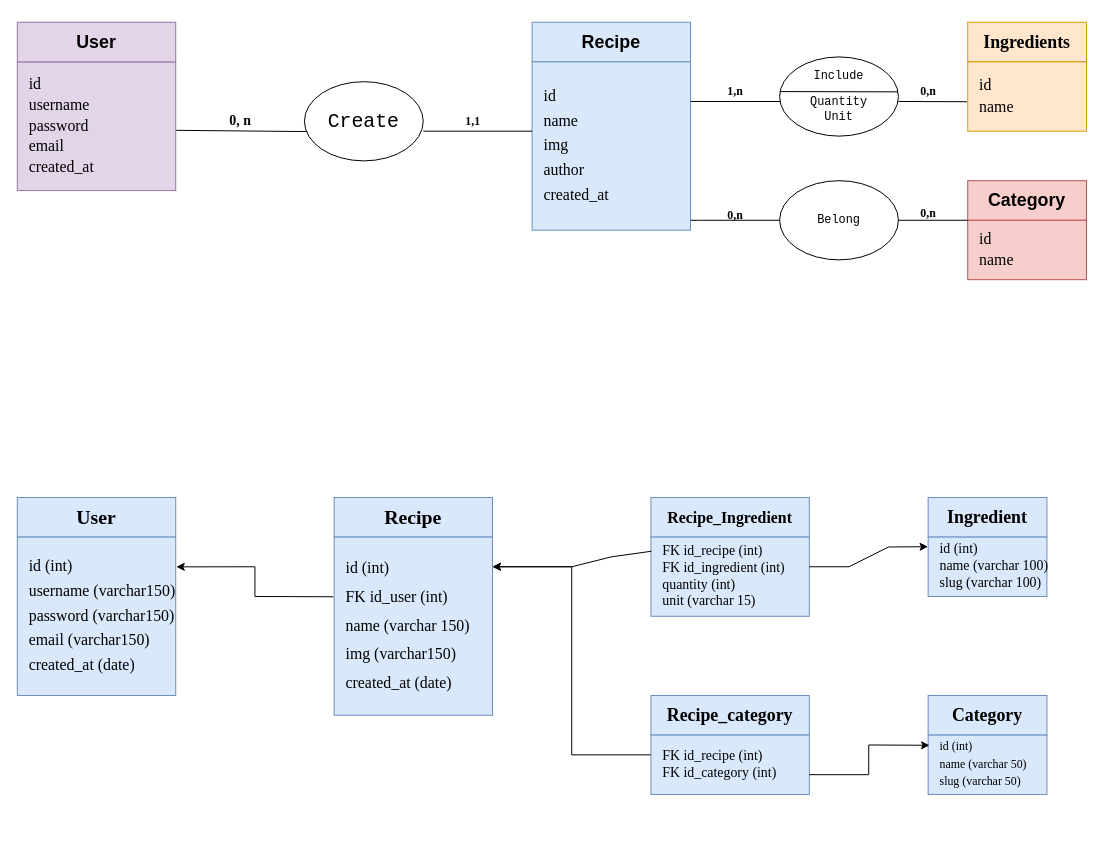
Above: Marmiton.drawio in Anathariel/marmiton (draw.io), before the change. Source tidied: cells renumbered, new cells numbered last; positions are measured from the earlier drawing's top-left corner, leaving out a move shared by most shapes. Both pictures are drawn from the tidied source at 99%, with x=0, y=0 at pixel (17, 22).
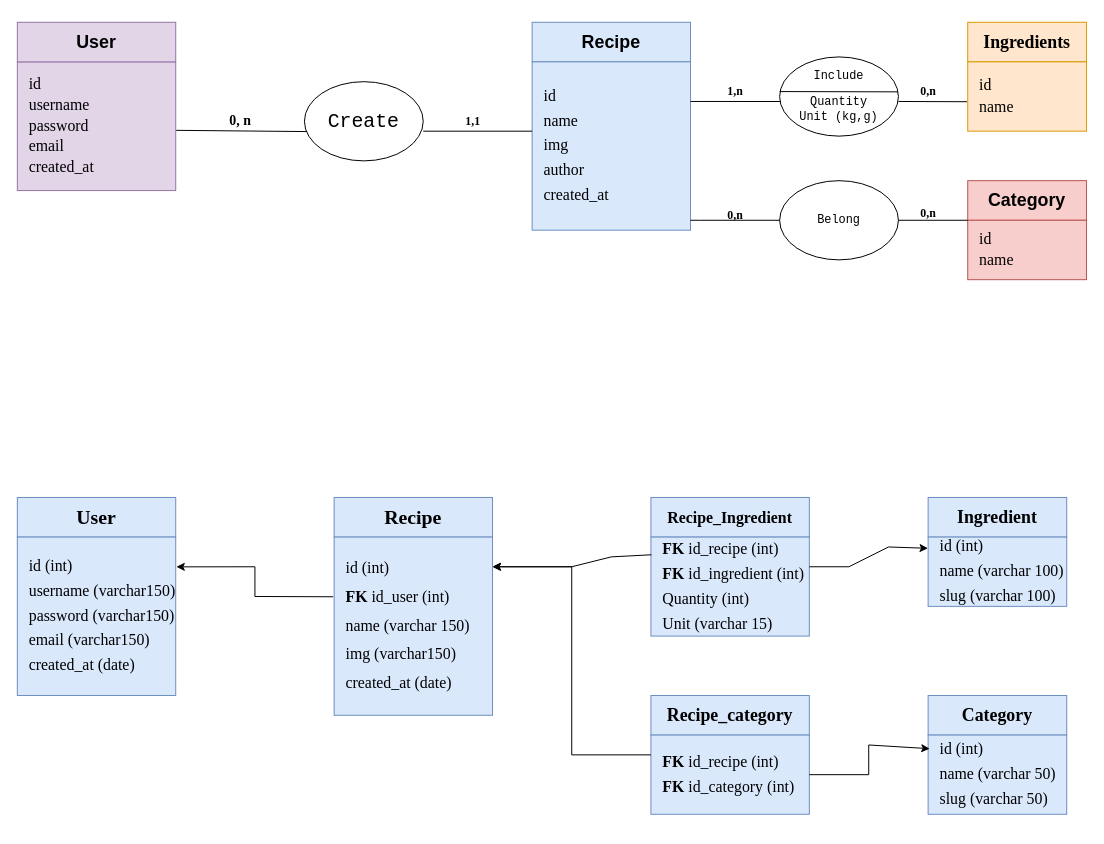
The same diagram, later.

Change to the diagram source:
```diff
@@
-    <mxCell id="13" value="&lt;pre&gt;Include&lt;/pre&gt;&lt;pre&gt;Quantity&lt;br&gt;Unit&lt;/pre&gt;" style="ellipse;whiteSpace=wrap;html=1;" parent="1" vertex="1">
+    <mxCell id="13" value="&lt;pre&gt;Include&lt;/pre&gt;&lt;pre&gt;Quantity&lt;br&gt;Unit (kg,g)&lt;/pre&gt;" style="ellipse;whiteSpace=wrap;html=1;" parent="1" vertex="1">
       <mxGeometry x="770" y="35" width="120" height="80" as="geometry" />
     </mxCell>
@@
-    <mxCell id="29" value="&lt;pre style=&quot;font-size: 16px; line-height: 170%;&quot;&gt;&lt;font style=&quot;font-size: 16px;&quot; face=&quot;Garamond&quot;&gt;id (int)&lt;br&gt;FK id_user (int)&lt;br&gt;name (varchar 150)&lt;br&gt;img (varchar150)&lt;br&gt;created_at (date)&lt;/font&gt;&lt;/pre&gt;" style="rounded=0;whiteSpace=wrap;html=1;spacingLeft=10;align=left;fillColor=#dae8fc;strokeColor=#6c8ebf;" parent="1" vertex="1">
+    <mxCell id="29" value="&lt;pre style=&quot;font-size: 16px; line-height: 170%;&quot;&gt;&lt;font style=&quot;font-size: 16px;&quot; face=&quot;Garamond&quot;&gt;id (int)&lt;br&gt;&lt;b&gt;FK &lt;/b&gt;id_user (int)&lt;br&gt;name (varchar 150)&lt;br&gt;img (varchar150)&lt;br&gt;created_at (date)&lt;/font&gt;&lt;/pre&gt;" style="rounded=0;whiteSpace=wrap;html=1;spacingLeft=10;align=left;fillColor=#dae8fc;strokeColor=#6c8ebf;" parent="1" vertex="1">
       <mxGeometry x="320" y="520" width="160" height="180" as="geometry" />
     </mxCell>
@@
-    <mxCell id="32" value="&lt;pre style=&quot;font-size: 14px;&quot;&gt;&lt;font style=&quot;font-size: 14px;&quot; face=&quot;Garamond&quot;&gt;FK id_recipe (int)&lt;br&gt;FK id_ingredient (int)&lt;br&gt;quantity (int)&lt;br&gt;unit (varchar 15)&lt;/font&gt;&lt;/pre&gt;" style="rounded=0;whiteSpace=wrap;html=1;fillColor=#dae8fc;strokeColor=#6c8ebf;align=left;spacingLeft=10;" parent="1" vertex="1">
-      <mxGeometry x="640" y="520" width="160" height="80" as="geometry" />
+    <mxCell id="32" value="&lt;pre style=&quot;font-size: 16px; line-height: 150%;&quot;&gt;&lt;font style=&quot;font-size: 16px;&quot; face=&quot;Garamond&quot;&gt;&lt;b&gt;FK &lt;/b&gt;id_recipe (int)&lt;br&gt;&lt;b&gt;FK &lt;/b&gt;id_ingredient (int)&lt;br&gt;Quantity (int)&lt;br&gt;Unit (varchar 15)&lt;/font&gt;&lt;/pre&gt;" style="rounded=0;whiteSpace=wrap;html=1;fillColor=#dae8fc;strokeColor=#6c8ebf;align=left;spacingLeft=10;" parent="1" vertex="1">
+      <mxGeometry x="640" y="520" width="160" height="100" as="geometry" />
     </mxCell>
@@
-    <mxCell id="34" value="&lt;pre style=&quot;font-size: 14px;&quot;&gt;&lt;font style=&quot;font-size: 14px;&quot; face=&quot;Garamond&quot;&gt;FK id_recipe (int)&lt;br&gt;FK id_category (int)&lt;/font&gt;&lt;/pre&gt;" style="rounded=0;whiteSpace=wrap;html=1;fillColor=#dae8fc;strokeColor=#6c8ebf;spacingLeft=10;align=left;" parent="1" vertex="1">
-      <mxGeometry x="640" y="720" width="160" height="60" as="geometry" />
+    <mxCell id="34" value="&lt;pre style=&quot;font-size: 16px; line-height: 150%;&quot;&gt;&lt;font style=&quot;font-size: 16px;&quot; face=&quot;Garamond&quot;&gt;&lt;b&gt;FK &lt;/b&gt;id_recipe (int)&lt;br&gt;&lt;b&gt;FK &lt;/b&gt;id_category (int)&lt;/font&gt;&lt;/pre&gt;" style="rounded=0;whiteSpace=wrap;html=1;fillColor=#dae8fc;strokeColor=#6c8ebf;spacingLeft=10;align=left;" parent="1" vertex="1">
+      <mxGeometry x="640" y="720" width="160" height="80" as="geometry" />
     </mxCell>
     <mxCell id="35" value="&lt;h2&gt;&lt;font face=&quot;Garamond&quot;&gt;Ingredient&lt;/font&gt;&lt;/h2&gt;" style="rounded=0;whiteSpace=wrap;html=1;fillColor=#dae8fc;strokeColor=#6c8ebf;" parent="1" vertex="1">
-      <mxGeometry x="920" y="480" width="120" height="40" as="geometry" />
+      <mxGeometry x="920" y="480" width="140" height="40" as="geometry" />
     </mxCell>
-    <mxCell id="36" value="&lt;pre style=&quot;font-size: 14px;&quot;&gt;&lt;font style=&quot;font-size: 14px;&quot; face=&quot;Garamond&quot;&gt;id (int)&lt;br&gt;name (varchar 100)&lt;br&gt;slug (varchar 100)&lt;/font&gt;&lt;/pre&gt;" style="rounded=0;whiteSpace=wrap;html=1;fillColor=#dae8fc;strokeColor=#6c8ebf;spacingLeft=10;align=left;" parent="1" vertex="1">
-      <mxGeometry x="920" y="520" width="120" height="60" as="geometry" />
+    <mxCell id="36" value="&lt;pre style=&quot;font-size: 16px; line-height: 150%;&quot;&gt;&lt;font style=&quot;font-size: 16px;&quot; face=&quot;Garamond&quot;&gt;id (int)&lt;br&gt;name (varchar 100)&lt;br&gt;slug (varchar 100)&lt;/font&gt;&lt;/pre&gt;" style="rounded=0;whiteSpace=wrap;html=1;fillColor=#dae8fc;strokeColor=#6c8ebf;spacingLeft=10;align=left;" parent="1" vertex="1">
+      <mxGeometry x="920" y="520" width="140" height="70" as="geometry" />
     </mxCell>
     <mxCell id="37" value="&lt;h2&gt;&lt;font face=&quot;Garamond&quot;&gt;Category&lt;/font&gt;&lt;/h2&gt;" style="rounded=0;whiteSpace=wrap;html=1;fillColor=#dae8fc;strokeColor=#6c8ebf;" parent="1" vertex="1">
-      <mxGeometry x="920" y="680" width="120" height="40" as="geometry" />
+      <mxGeometry x="920" y="680" width="140" height="40" as="geometry" />
     </mxCell>
-    <mxCell id="38" value="&lt;pre style=&quot;line-height: 140%;&quot;&gt;&lt;font face=&quot;Garamond&quot;&gt;&lt;span style=&quot;background-color: initial;&quot;&gt;id (int)&lt;br&gt;&lt;/span&gt;&lt;span style=&quot;background-color: initial;&quot;&gt;name (varchar 50)&lt;br&gt;&lt;/span&gt;&lt;span style=&quot;background-color: initial;&quot;&gt;slug (varchar 50)&lt;/span&gt;&lt;/font&gt;&lt;/pre&gt;" style="rounded=0;whiteSpace=wrap;html=1;fillColor=#dae8fc;strokeColor=#6c8ebf;spacingLeft=10;align=left;" parent="1" vertex="1">
-      <mxGeometry x="920" y="720" width="120" height="60" as="geometry" />
+    <mxCell id="38" value="&lt;p style=&quot;line-height: 150%;&quot;&gt;&lt;/p&gt;&lt;pre style=&quot;line-height: 150%; font-size: 16px;&quot;&gt;&lt;font style=&quot;font-size: 16px;&quot; face=&quot;Garamond&quot;&gt;&lt;span style=&quot;background-color: initial;&quot;&gt;id (int)&lt;br&gt;&lt;/span&gt;&lt;span style=&quot;background-color: initial;&quot;&gt;name (varchar 50)&lt;br&gt;&lt;/span&gt;&lt;span style=&quot;background-color: initial;&quot;&gt;slug (varchar 50)&lt;/span&gt;&lt;/font&gt;&lt;/pre&gt;&lt;p&gt;&lt;/p&gt;" style="rounded=0;whiteSpace=wrap;html=1;fillColor=#dae8fc;strokeColor=#6c8ebf;spacingLeft=10;align=left;" parent="1" vertex="1">
+      <mxGeometry x="920" y="720" width="140" height="80" as="geometry" />
     </mxCell>
```
